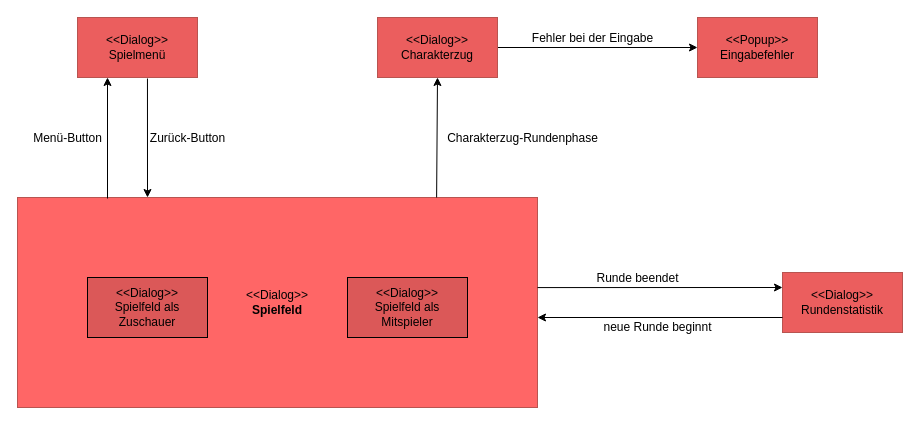
This is page "Subdiagram Spielfeld" (2 of 3) of Documentation/Models/meilen3_a1_fertig.drawio from LeverageAlex/DuneRTS, a draw.io file, before an edit. Source tidied: cells renumbered, new cells numbered last; positions are measured from the earlier drawing's top-left corner, leaving out a move shared by most shapes. Both pictures are drawn from the tidied source at 100%, with x=0, y=0 at pixel (17, 17).
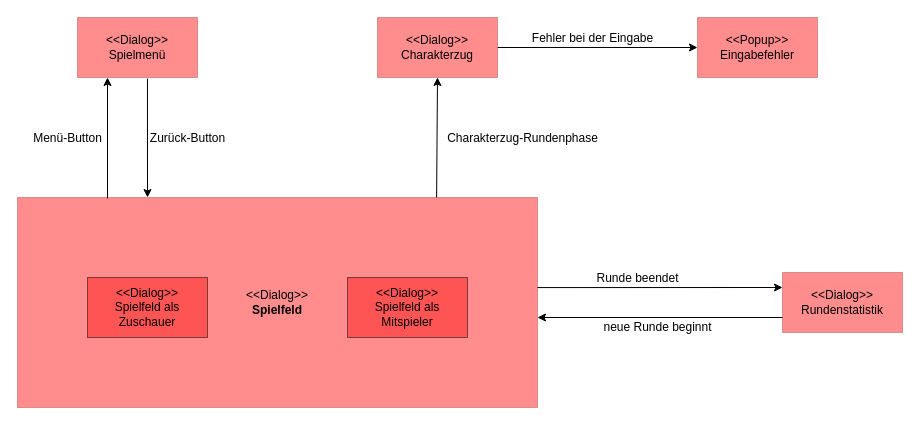
The same page after the edit.

Change to the diagram source:
```diff
@@
-    <mxCell id="2" value="&amp;lt;&amp;lt;Dialog&amp;gt;&amp;gt;&lt;br&gt;Spielmenü" style="rounded=0;whiteSpace=wrap;html=1;fillColor=#EB5E5E;strokeColor=#b85450;" parent="1" vertex="1">
+    <mxCell id="2" value="&amp;lt;&amp;lt;Dialog&amp;gt;&amp;gt;&lt;br&gt;Spielmenü" style="rounded=0;whiteSpace=wrap;html=1;fillColor=#FF1C1C;strokeColor=#b85450;opacity=50;" parent="1" vertex="1">
       <mxGeometry x="60" width="120" height="60" as="geometry" />
     </mxCell>
-    <mxCell id="3" value="&amp;lt;&amp;lt;Dialog&amp;gt;&amp;gt;&lt;br&gt;&lt;b&gt;Spielfeld&lt;/b&gt;" style="rounded=0;whiteSpace=wrap;html=1;fillColor=#FF6666;strokeColor=#b85450;" parent="1" vertex="1">
+    <mxCell id="3" value="&amp;lt;&amp;lt;Dialog&amp;gt;&amp;gt;&lt;br&gt;&lt;b&gt;Spielfeld&lt;/b&gt;" style="rounded=0;whiteSpace=wrap;html=1;fillColor=#FF1C1C;strokeColor=#b85450;opacity=50;" parent="1" vertex="1">
       <mxGeometry y="180" width="520" height="210" as="geometry" />
     </mxCell>
-    <mxCell id="4" value="&amp;lt;&amp;lt;Dialog&amp;gt;&amp;gt;&lt;br&gt;Spielfeld als Zuschauer" style="rounded=0;whiteSpace=wrap;html=1;fillColor=#DB5858;strokeColor=#000000;" parent="1" vertex="1">
+    <mxCell id="4" value="&amp;lt;&amp;lt;Dialog&amp;gt;&amp;gt;&lt;br&gt;Spielfeld als Zuschauer" style="rounded=0;whiteSpace=wrap;html=1;fillColor=#FF1C1C;strokeColor=#000000;opacity=50;" parent="1" vertex="1">
       <mxGeometry x="70" y="260" width="120" height="60" as="geometry" />
     </mxCell>
-    <mxCell id="5" value="&amp;lt;&amp;lt;Dialog&amp;gt;&amp;gt;&lt;br&gt;Spielfeld als Mitspieler" style="rounded=0;whiteSpace=wrap;html=1;fillColor=#DB5858;strokeColor=#000000;" parent="1" vertex="1">
+    <mxCell id="5" value="&amp;lt;&amp;lt;Dialog&amp;gt;&amp;gt;&lt;br&gt;Spielfeld als Mitspieler" style="rounded=0;whiteSpace=wrap;html=1;fillColor=#FF1C1C;strokeColor=#000000;opacity=50;" parent="1" vertex="1">
       <mxGeometry x="330" y="260" width="120" height="60" as="geometry" />
     </mxCell>
-    <mxCell id="6" value="&amp;lt;&amp;lt;Popup&amp;gt;&amp;gt;&lt;br&gt;Eingabefehler" style="rounded=0;whiteSpace=wrap;html=1;fillColor=#EB5E5E;strokeColor=#b85450;" parent="1" vertex="1">
+    <mxCell id="6" value="&amp;lt;&amp;lt;Popup&amp;gt;&amp;gt;&lt;br&gt;Eingabefehler" style="rounded=0;whiteSpace=wrap;html=1;fillColor=#FF1C1C;strokeColor=#b85450;opacity=50;" parent="1" vertex="1">
       <mxGeometry x="680" width="120" height="60" as="geometry" />
     </mxCell>
-    <mxCell id="7" value="&amp;lt;&amp;lt;Dialog&amp;gt;&amp;gt;&lt;br&gt;Rundenstatistik" style="rounded=0;whiteSpace=wrap;html=1;fillColor=#EB5E5E;strokeColor=#b85450;" parent="1" vertex="1">
+    <mxCell id="7" value="&amp;lt;&amp;lt;Dialog&amp;gt;&amp;gt;&lt;br&gt;Rundenstatistik" style="rounded=0;whiteSpace=wrap;html=1;fillColor=#FF1C1C;strokeColor=#b85450;opacity=50;" parent="1" vertex="1">
       <mxGeometry x="765" y="255" width="120" height="60" as="geometry" />
     </mxCell>
@@
-    <mxCell id="15" value="&amp;lt;&amp;lt;Dialog&amp;gt;&amp;gt;&lt;br&gt;Charakterzug" style="rounded=0;whiteSpace=wrap;html=1;fillColor=#EB5E5E;strokeColor=#b85450;" parent="1" vertex="1">
+    <mxCell id="15" value="&amp;lt;&amp;lt;Dialog&amp;gt;&amp;gt;&lt;br&gt;Charakterzug" style="rounded=0;whiteSpace=wrap;html=1;fillColor=#FF1C1C;strokeColor=#b85450;opacity=50;" parent="1" vertex="1">
       <mxGeometry x="360" width="120" height="60" as="geometry" />
     </mxCell>
```
